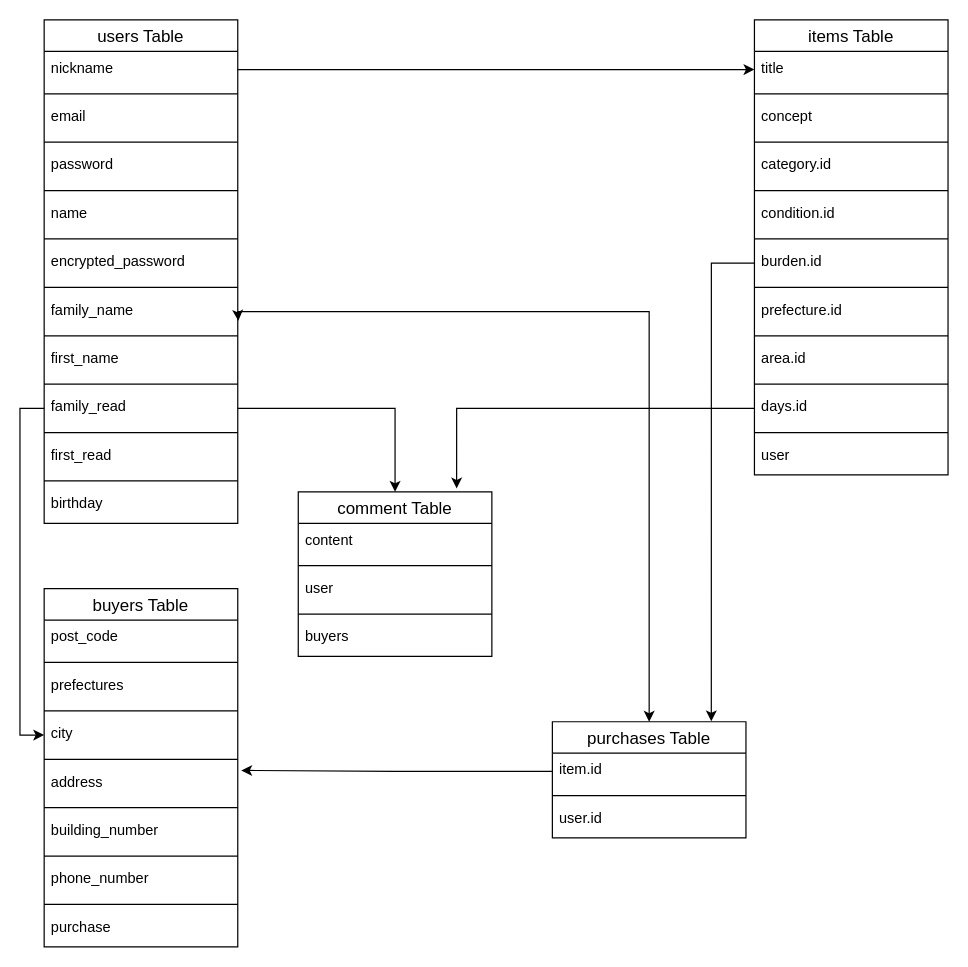
Above: test.dio in xingyoudeac/furima-34365 (draw.io), before the change. Source tidied: cells renumbered, new cells numbered last; positions are measured from the earlier drawing's top-left corner, leaving out a move shared by most shapes. Both pictures are drawn from the tidied source at 121%, with x=0, y=0 at pixel (44, 19).
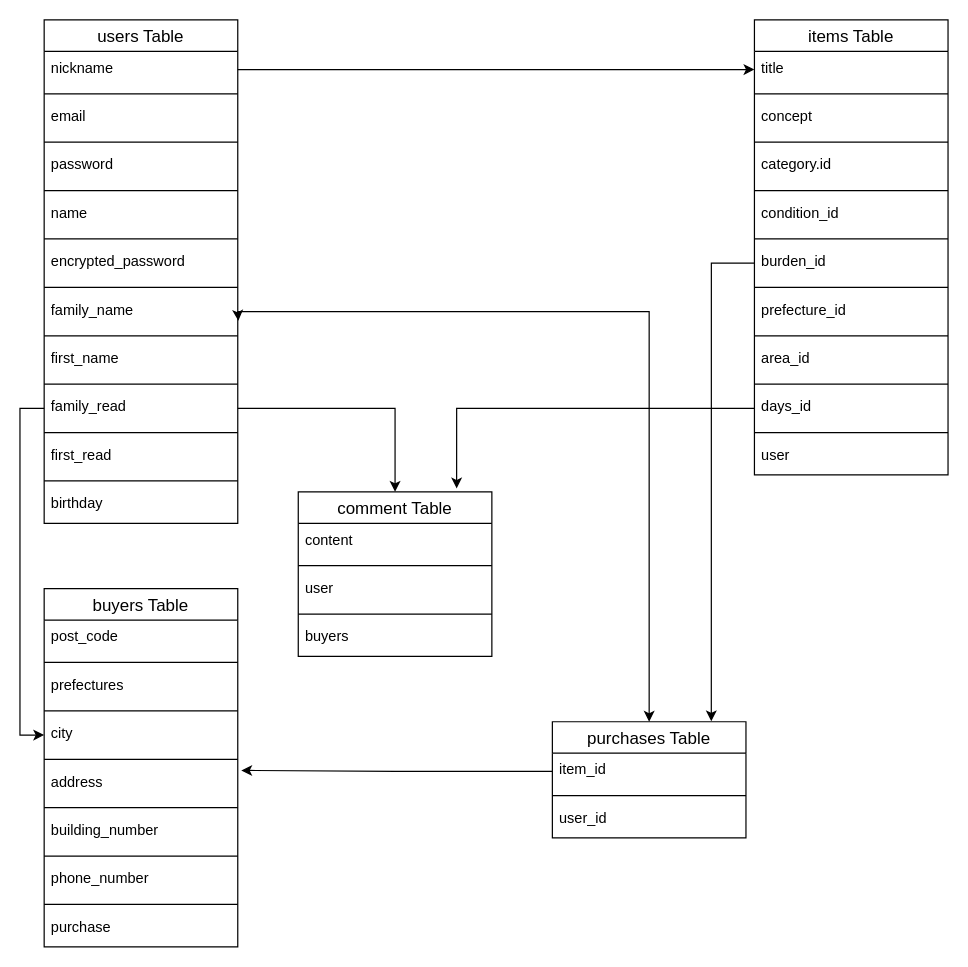
Above is the later version.

The change refers to these unchanged cells:
```xml
<mxCell id="23" value="items Table" style="swimlane;fontStyle=0;horizontal=1;startSize=26;align=center;fontSize=14;" parent="1" vertex="1">
  <mxGeometry x="587" width="160" height="376" as="geometry" />
</mxCell>
<mxCell id="56" value="purchases Table" style="swimlane;fontStyle=0;horizontal=1;startSize=26;align=center;fontSize=14;" parent="1" vertex="1">
  <mxGeometry x="420" y="580" width="160" height="96" as="geometry" />
</mxCell>
```

The edit, as a diff of the source:
```diff
@@
-    <mxCell id="30" value="condition.id" style="text;strokeColor=none;fillColor=none;spacingLeft=4;spacingRight=4;overflow=hidden;fontSize=12;" parent="23" vertex="1">
+    <mxCell id="30" value="condition_id" style="text;strokeColor=none;fillColor=none;spacingLeft=4;spacingRight=4;overflow=hidden;fontSize=12;" parent="23" vertex="1">
       <mxGeometry y="146" width="160" height="30" as="geometry" />
     </mxCell>
@@
-    <mxCell id="33" value="burden.id" style="text;strokeColor=none;fillColor=none;spacingLeft=4;spacingRight=4;overflow=hidden;points=[[0,0.5],[1,0.5]];portConstraint=eastwest;fontSize=12;" parent="23" vertex="1">
+    <mxCell id="33" value="burden_id" style="text;strokeColor=none;fillColor=none;spacingLeft=4;spacingRight=4;overflow=hidden;points=[[0,0.5],[1,0.5]];portConstraint=eastwest;fontSize=12;" parent="23" vertex="1">
       <mxGeometry y="186" width="160" height="30" as="geometry" />
     </mxCell>
@@
-    <mxCell id="35" value="prefecture.id" style="text;strokeColor=none;fillColor=none;spacingLeft=4;spacingRight=4;overflow=hidden;fontSize=12;" parent="23" vertex="1">
+    <mxCell id="35" value="prefecture_id" style="text;strokeColor=none;fillColor=none;spacingLeft=4;spacingRight=4;overflow=hidden;fontSize=12;" parent="23" vertex="1">
       <mxGeometry y="226" width="160" height="30" as="geometry" />
     </mxCell>
@@
-    <mxCell id="37" value="area.id" style="text;strokeColor=none;fillColor=none;spacingLeft=4;spacingRight=4;overflow=hidden;fontSize=12;" parent="23" vertex="1">
+    <mxCell id="37" value="area_id" style="text;strokeColor=none;fillColor=none;spacingLeft=4;spacingRight=4;overflow=hidden;fontSize=12;" parent="23" vertex="1">
       <mxGeometry y="266" width="160" height="30" as="geometry" />
     </mxCell>
@@
-    <mxCell id="39" value="days.id" style="text;strokeColor=none;fillColor=none;spacingLeft=4;spacingRight=4;overflow=hidden;points=[[0,0.5],[1,0.5]];portConstraint=eastwest;fontSize=12;" parent="23" vertex="1">
+    <mxCell id="39" value="days_id" style="text;strokeColor=none;fillColor=none;spacingLeft=4;spacingRight=4;overflow=hidden;points=[[0,0.5],[1,0.5]];portConstraint=eastwest;fontSize=12;" parent="23" vertex="1">
       <mxGeometry y="306" width="160" height="30" as="geometry" />
     </mxCell>
@@
-    <mxCell id="57" value="item.id" style="text;strokeColor=none;fillColor=none;spacingLeft=4;spacingRight=4;overflow=hidden;points=[[0,0.5],[1,0.5]];portConstraint=eastwest;fontSize=12;" parent="56" vertex="1">
+    <mxCell id="57" value="item_id" style="text;strokeColor=none;fillColor=none;spacingLeft=4;spacingRight=4;overflow=hidden;points=[[0,0.5],[1,0.5]];portConstraint=eastwest;fontSize=12;" parent="56" vertex="1">
       <mxGeometry y="26" width="160" height="30" as="geometry" />
     </mxCell>
@@
-    <mxCell id="59" value="user.id" style="text;strokeColor=none;fillColor=none;spacingLeft=4;spacingRight=4;overflow=hidden;fontSize=12;" parent="56" vertex="1">
+    <mxCell id="59" value="user_id" style="text;strokeColor=none;fillColor=none;spacingLeft=4;spacingRight=4;overflow=hidden;fontSize=12;" parent="56" vertex="1">
       <mxGeometry y="66" width="160" height="30" as="geometry" />
     </mxCell>
```
